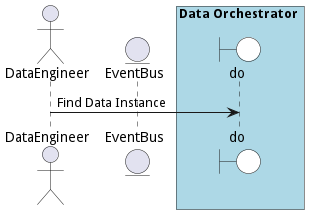
Earlier version of the PlantUML export docs/edgemere/diml/dml/do/usecases/managedatainstances/FindDataInstance.png (madajaju/edgemere). The source it was exported from:
```plantuml
@startuml

actor "DataEngineer"


entity EventBus

box Data Orchestrator #lightblue
    boundary do #white
end box



"DataEngineer" -> do: Find Data Instance



@enduml
```
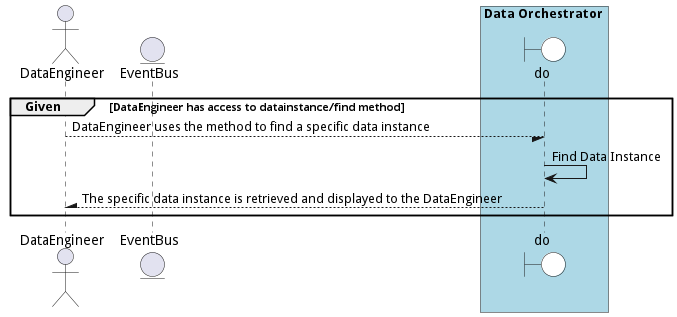
Later version of the same file.

Change to the diagram source:
```diff
@@ -1,4 +1,5 @@
 @startuml
+
 
 actor "DataEngineer"
 
@@ -10,9 +11,16 @@
 end box
 
 
+group Given [DataEngineer has access to datainstance/find method]
 
-"DataEngineer" -> do: Find Data Instance
+"DataEngineer" --/ do: DataEngineer uses the method to find a specific data instance
+"do" -> do: Find Data Instance
 
 
 
+"DataEngineer" /-- do: The specific data instance is retrieved and displayed to the DataEngineer
+
+
+end
+
 @enduml
```
